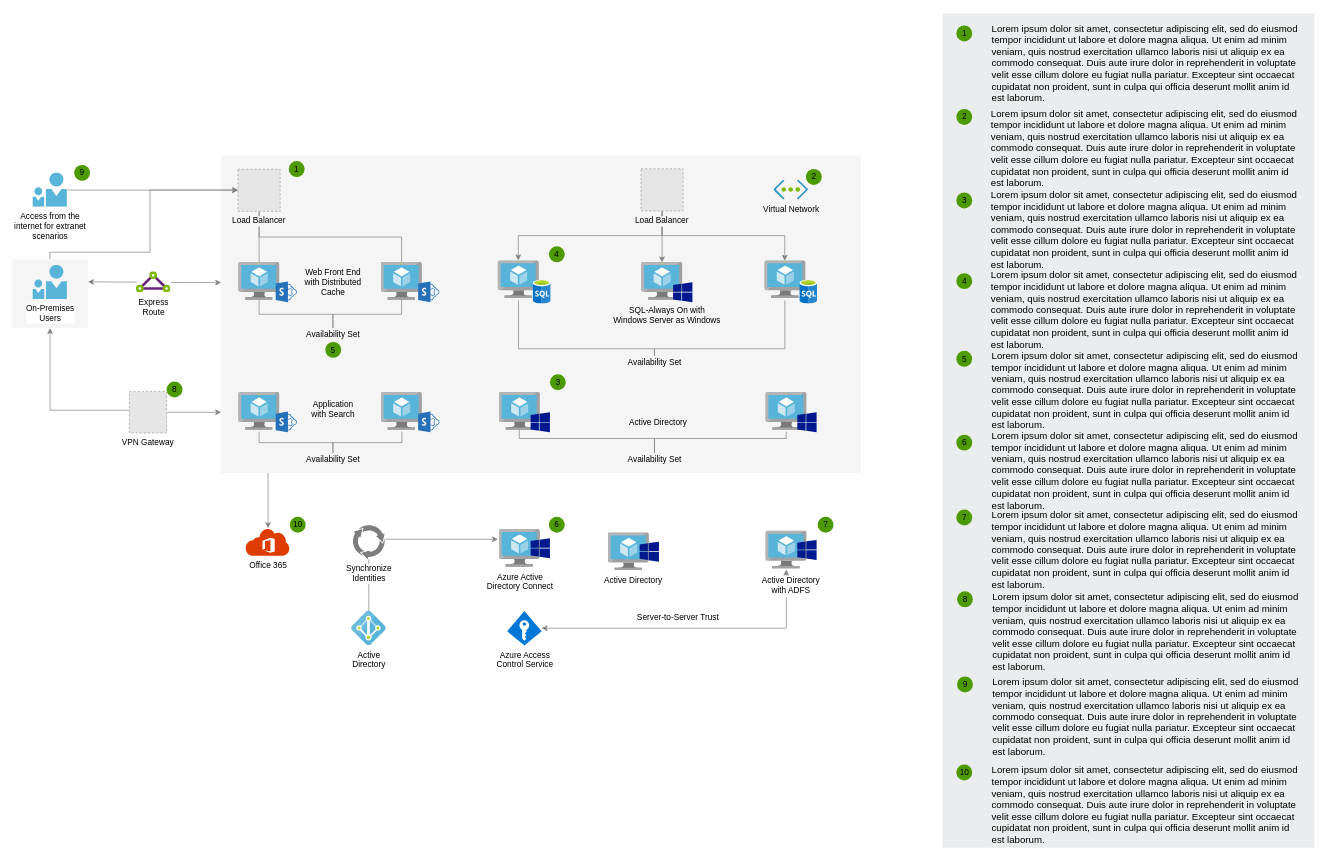
Sasquatch8946/azure-resume-flask keeps this draw.io diagram as Untitled Diagram.drawio. Above is the earlier version. Source tidied: cells renumbered, new cells numbered last; positions are measured from the earlier drawing's top-left corner, leaving out a move shared by most shapes. Both pictures are drawn from the tidied source at 69%, with x=0, y=0 at pixel (12, 13). Pictures stored in the file or linked from it are replaced by grey dashed boxes.
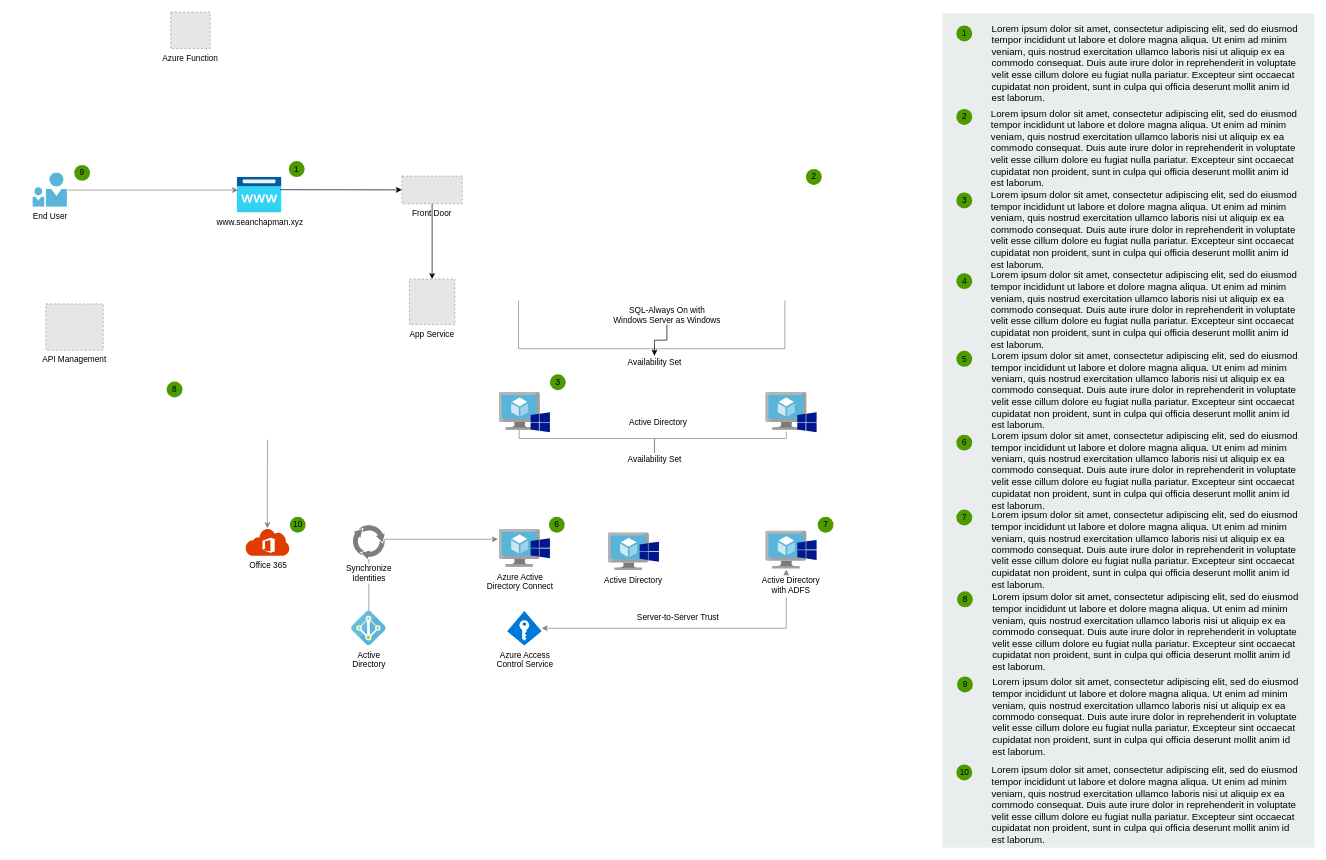
The same page after the edit.

The change refers to these unchanged cells:
```xml
<mxCell id="34" value="Office 365" style="shadow=0;dashed=0;html=1;strokeColor=none;labelPosition=center;verticalLabelPosition=bottom;verticalAlign=top;align=center;shape=mxgraph.mscae.cloud.cloud_office_365;fillColor=#DF3C01;labelBackgroundColor=#ffffff;" parent="1" vertex="1">
  <mxGeometry x="338.5" y="746" width="64" height="40" as="geometry" />
</mxCell>
<mxCell id="78" value="SQL-Always On with&lt;br&gt;Windows Server as Windows" style="text;html=1;points=[];align=center;verticalAlign=top;spacingTop=-4;" parent="1" vertex="1">
  <mxGeometry x="864" y="421" width="170" height="30" as="geometry" />
</mxCell>
<mxCell id="79" value="Availability Set" style="text;html=1;points=[];align=center;verticalAlign=top;spacingTop=-4;" parent="1" vertex="1">
  <mxGeometry x="886" y="496" width="90" height="20" as="geometry" />
</mxCell>
```

What changed in the source:
```diff
@@
-    <mxCell id="2" style="rounded=0;whiteSpace=wrap;html=1;labelBackgroundColor=#ffffff;fillColor=#f5f5f5;strokeColor=none;fontColor=#333333;" parent="1" vertex="1">
-      <mxGeometry y="356" width="110" height="100" as="geometry" />
-    </mxCell>
-    <mxCell id="3" style="rounded=0;whiteSpace=wrap;html=1;labelBackgroundColor=#ffffff;fillColor=#f5f5f5;strokeColor=none;fontColor=#333333;" parent="1" vertex="1">
-      <mxGeometry x="303" y="206" width="927" height="460" as="geometry" />
-    </mxCell>
-    <mxCell id="4" style="edgeStyle=elbowEdgeStyle;rounded=0;jettySize=auto;html=1;strokeColor=#808080;" parent="1" edge="1" source="3" target="34">
-      <mxGeometry relative="1" as="geometry" />
+    <mxCell id="4" style="edgeStyle=elbowEdgeStyle;rounded=0;jettySize=auto;html=1;strokeColor=#808080;" parent="1" edge="1" target="34">
+      <mxGeometry relative="1" as="geometry">
+        <mxPoint x="370.1" y="618" as="sourcePoint" />
+      </mxGeometry>
     </mxCell>
-    <mxCell id="5" style="edgeStyle=elbowEdgeStyle;rounded=0;jettySize=auto;elbow=vertical;html=1;strokeColor=#808080;exitX=1.02;exitY=0.505;exitDx=0;exitDy=0;exitPerimeter=0;" parent="1" edge="1" source="27" target="31">
-      <mxGeometry relative="1" as="geometry" />
+    <mxCell id="5" style="edgeStyle=elbowEdgeStyle;rounded=0;jettySize=auto;elbow=vertical;html=1;strokeColor=#808080;exitX=1.02;exitY=0.505;exitDx=0;exitDy=0;exitPerimeter=0;" parent="1" edge="1" source="27">
+      <mxGeometry relative="1" as="geometry">
+        <mxPoint x="327.5" y="256" as="targetPoint" />
+      </mxGeometry>
     </mxCell>
-    <mxCell id="6" style="edgeStyle=orthogonalEdgeStyle;rounded=0;jettySize=auto;elbow=vertical;html=1;strokeColor=#808080;" parent="1" edge="1" target="31">
-      <mxGeometry relative="1" as="geometry">
-        <mxPoint x="55" y="356" as="sourcePoint" />
-        <Array as="points">
-          <mxPoint x="55" y="346" />
-          <mxPoint x="200" y="346" />
-          <mxPoint x="200" y="256" />
-        </Array>
-      </mxGeometry>
-    </mxCell>
-    <mxCell id="7" style="edgeStyle=elbowEdgeStyle;rounded=0;jettySize=auto;elbow=vertical;html=1;strokeColor=#808080;exitX=0.007;exitY=0.495;exitDx=0;exitDy=0;exitPerimeter=0;" parent="1" edge="1" source="29" target="2">
-      <mxGeometry relative="1" as="geometry" />
-    </mxCell>
-    <mxCell id="8" style="edgeStyle=elbowEdgeStyle;rounded=0;jettySize=auto;elbow=vertical;html=1;strokeColor=#808080;exitX=1.007;exitY=0.516;exitDx=0;exitDy=0;exitPerimeter=0;" parent="1" edge="1" source="29" target="3">
-      <mxGeometry relative="1" as="geometry" />
-    </mxCell>
-    <mxCell id="9" style="edgeStyle=elbowEdgeStyle;rounded=0;jettySize=auto;elbow=vertical;html=1;strokeColor=#808080;" parent="1" edge="1" source="30" target="2">
-      <mxGeometry relative="1" as="geometry">
-        <Array as="points">
-          <mxPoint x="120" y="575" />
-        </Array>
-      </mxGeometry>
-    </mxCell>
-    <mxCell id="10" style="edgeStyle=elbowEdgeStyle;rounded=0;jettySize=auto;elbow=vertical;html=1;strokeColor=#808080;" parent="1" edge="1" source="30" target="3">
-      <mxGeometry relative="1" as="geometry" />
-    </mxCell>
-    <mxCell id="11" style="edgeStyle=elbowEdgeStyle;rounded=0;jettySize=auto;elbow=vertical;html=1;strokeColor=#808080;" parent="1" edge="1" source="31" target="72">
-      <mxGeometry relative="1" as="geometry" />
-    </mxCell>
-    <mxCell id="12" style="edgeStyle=elbowEdgeStyle;rounded=0;jettySize=auto;elbow=vertical;html=1;strokeColor=#808080;" parent="1" edge="1" source="31" target="48">
-      <mxGeometry relative="1" as="geometry" />
-    </mxCell>
-    <mxCell id="13" style="edgeStyle=elbowEdgeStyle;rounded=0;jettySize=auto;html=1;strokeColor=#808080;entryX=0.504;entryY=0.005;entryDx=0;entryDy=0;entryPerimeter=0;" parent="1" edge="1" source="32" target="42">
-      <mxGeometry relative="1" as="geometry" />
+    <mxCell id="13" style="edgeStyle=elbowEdgeStyle;rounded=0;orthogonalLoop=1;jettySize=auto;html=1;strokeColor=#808080;entryX=0.504;entryY=0.005;entryDx=0;entryDy=0;entryPerimeter=0;" parent="1" edge="1">
+      <mxGeometry relative="1" as="geometry">
+        <mxPoint x="942.2" y="360.8" as="targetPoint" />
+      </mxGeometry>
     </mxCell>
-    <mxCell id="14" style="edgeStyle=elbowEdgeStyle;rounded=0;jettySize=auto;elbow=vertical;html=1;strokeColor=#808080;entryX=0.494;entryY=-0.002;entryDx=0;entryDy=0;entryPerimeter=0;" parent="1" edge="1" source="32" target="39">
-      <mxGeometry relative="1" as="geometry">
-        <Array as="points">
-          <mxPoint x="820" y="322" />
-        </Array>
-      </mxGeometry>
-    </mxCell>
-    <mxCell id="15" style="edgeStyle=elbowEdgeStyle;rounded=0;jettySize=auto;elbow=vertical;html=1;strokeColor=#808080;entryX=0.489;entryY=0.007;entryDx=0;entryDy=0;entryPerimeter=0;" parent="1" edge="1" source="32" target="45">
+    <mxCell id="15" style="edgeStyle=elbowEdgeStyle;rounded=0;orthogonalLoop=1;jettySize=auto;elbow=vertical;html=1;strokeColor=#808080;entryX=0.489;entryY=0.007;entryDx=0;entryDy=0;entryPerimeter=0;" parent="1" edge="1">
       <mxGeometry relative="1" as="geometry">
+        <mxPoint x="942" y="286.3" as="sourcePoint" />
         <Array as="points">
           <mxPoint x="1030" y="322" />
         </Array>
       </mxGeometry>
     </mxCell>
@@
-    <mxCell id="19" style="edgeStyle=elbowEdgeStyle;rounded=0;jettySize=auto;elbow=vertical;html=1;strokeColor=#808080;endArrow=none;endFill=0;" parent="1" edge="1" source="72" target="87">
-      <mxGeometry relative="1" as="geometry" />
-    </mxCell>
-    <mxCell id="20" style="edgeStyle=elbowEdgeStyle;rounded=0;jettySize=auto;elbow=vertical;html=1;strokeColor=#808080;endArrow=none;endFill=0;" parent="1" edge="1" source="48" target="87">
-      <mxGeometry relative="1" as="geometry" />
-    </mxCell>
@@
-    <mxCell id="25" style="edgeStyle=elbowEdgeStyle;rounded=0;jettySize=auto;elbow=vertical;html=1;strokeColor=#808080;endArrow=none;endFill=0;" parent="1" edge="1" target="77">
-      <mxGeometry relative="1" as="geometry">
-        <mxPoint x="358" y="606" as="sourcePoint" />
-      </mxGeometry>
-    </mxCell>
-    <mxCell id="26" style="edgeStyle=elbowEdgeStyle;rounded=0;jettySize=auto;elbow=vertical;html=1;strokeColor=#808080;endArrow=none;endFill=0;" parent="1" edge="1" target="77">
-      <mxGeometry relative="1" as="geometry">
-        <mxPoint x="565" y="606" as="sourcePoint" />
-      </mxGeometry>
-    </mxCell>
-    <mxCell id="27" value="Access from the&lt;br&gt;internet for extranet&lt;br&gt;scenarios" style="html=1;perimeter=none;align=center;shadow=0;dashed=0;image;fontSize=12;image=img/lib/mscae/PersonWithFriend.svg;labelBackgroundColor=#ffffff;fillColor=#4D9900;" parent="1" vertex="1">
+    <mxCell id="27" value="&lt;div&gt;End User&lt;/div&gt;" style="html=1;perimeter=none;align=center;shadow=0;dashed=0;image;fontSize=12;image=img/lib/mscae/PersonWithFriend.svg;labelBackgroundColor=#ffffff;fillColor=#4D9900;" parent="1" vertex="1">
       <mxGeometry x="30" y="231" width="50" height="49.5" as="geometry" />
     </mxCell>
-    <mxCell id="28" value="On-Premises&lt;br&gt;Users" style="html=1;perimeter=none;align=center;shadow=0;dashed=0;image;fontSize=12;image=img/lib/mscae/PersonWithFriend.svg;labelBackgroundColor=#ffffff;fillColor=#4D9900;" parent="1" vertex="1">
-      <mxGeometry x="30" y="364.7" width="50" height="49.5" as="geometry" />
-    </mxCell>
-    <mxCell id="29" value="Express&lt;br&gt;Route" style="html=1;perimeter=none;align=center;shadow=0;dashed=0;image;fontSize=12;image=img/lib/mscae/Express_Route.svg;labelBackgroundColor=#ffffff;fillColor=#4D9900;" parent="1" vertex="1">
-      <mxGeometry x="180" y="374.2" width="50" height="30.5" as="geometry" />
-    </mxCell>
-    <mxCell id="30" value="VPN Gateway" style="fillColor=#E6E6E6;strokeColor=#999999;dashed=1;verticalLabelPosition=bottom;labelBackgroundColor=#ffffff;verticalAlign=top;" parent="1" vertex="1">
-      <mxGeometry x="170" y="548" width="54" height="60" as="geometry" />
-    </mxCell>
-    <mxCell id="31" value="Load Balancer" style="fillColor=#E6E6E6;strokeColor=#999999;dashed=1;verticalLabelPosition=bottom;labelBackgroundColor=#F5F5F5;verticalAlign=top;" parent="1" vertex="1">
-      <mxGeometry x="327.5" y="225.8" width="61" height="61" as="geometry" />
-    </mxCell>
-    <mxCell id="32" value="Load Balancer" style="fillColor=#E6E6E6;strokeColor=#999999;dashed=1;verticalLabelPosition=bottom;labelBackgroundColor=#F5F5F5;verticalAlign=top;" parent="1" vertex="1">
-      <mxGeometry x="911.5" y="225.2" width="61" height="61" as="geometry" />
-    </mxCell>
-    <mxCell id="33" value="Virtual Network" style="html=1;perimeter=none;align=center;shadow=0;dashed=0;image;fontSize=12;image=img/lib/mscae/Virtual_Network.svg;labelBackgroundColor=none;fillColor=#4D9900;" parent="1" vertex="1">
-      <mxGeometry x="1104" y="241.5" width="50" height="28.5" as="geometry" />
-    </mxCell>
@@
-    <mxCell id="38" style="group;" parent="1" vertex="1">
-      <mxGeometry x="704" y="358" width="77" height="63" as="geometry" />
-    </mxCell>
-    <mxCell id="39" style="html=1;perimeter=none;align=center;shadow=0;dashed=0;image;fontSize=12;image=img/lib/mscae/Virtual_Machine.svg;labelBackgroundColor=#ffffff;fillColor=#4D9900;" parent="38" vertex="1">
-      <mxGeometry width="60" height="55" as="geometry" />
-    </mxCell>
-    <mxCell id="40" style="html=1;perimeter=none;align=center;shadow=0;dashed=0;image;fontSize=12;image=img/lib/mscae/SQL_Database_generic.svg;labelBackgroundColor=#ffffff;fillColor=#4D9900;" parent="38" vertex="1">
-      <mxGeometry x="51" y="28" width="26" height="35" as="geometry" />
-    </mxCell>
-    <mxCell id="41" style="group;" parent="1" vertex="1">
-      <mxGeometry x="912" y="360.5" width="74" height="58" as="geometry" />
-    </mxCell>
-    <mxCell id="42" style="html=1;perimeter=none;align=center;shadow=0;dashed=0;image;fontSize=12;image=img/lib/mscae/Virtual_Machine.svg;labelBackgroundColor=#ffffff;fillColor=#4D9900;" parent="41" vertex="1">
-      <mxGeometry width="60" height="55" as="geometry" />
-    </mxCell>
-    <mxCell id="43" style="shadow=0;dashed=0;strokeColor=none;html=1;labelPosition=center;verticalLabelPosition=bottom;verticalAlign=top;align=center;shape=mxgraph.mscae.other.windows;fillColor=#00188D;labelBackgroundColor=#ffffff;" parent="41" vertex="1">
-      <mxGeometry x="46" y="29" width="28" height="29" as="geometry" />
-    </mxCell>
-    <mxCell id="44" style="group;" parent="1" vertex="1">
-      <mxGeometry x="1090.5" y="358" width="77" height="63" as="geometry" />
-    </mxCell>
-    <mxCell id="45" style="html=1;perimeter=none;align=center;shadow=0;dashed=0;image;fontSize=12;image=img/lib/mscae/Virtual_Machine.svg;labelBackgroundColor=#ffffff;fillColor=#4D9900;" parent="44" vertex="1">
-      <mxGeometry width="60" height="55" as="geometry" />
-    </mxCell>
-    <mxCell id="46" style="html=1;perimeter=none;align=center;shadow=0;dashed=0;image;fontSize=12;image=img/lib/mscae/SQL_Database_generic.svg;labelBackgroundColor=#ffffff;fillColor=#4D9900;" parent="44" vertex="1">
-      <mxGeometry x="51" y="28" width="26" height="35" as="geometry" />
-    </mxCell>
-    <mxCell id="47" style="group;" parent="1" vertex="1">
-      <mxGeometry x="534.5" y="360.5" width="85" height="58" as="geometry" />
-    </mxCell>
-    <mxCell id="48" style="html=1;perimeter=none;align=center;shadow=0;dashed=0;image;fontSize=12;image=img/lib/mscae/Virtual_Machine.svg;labelBackgroundColor=#ffffff;fillColor=#4D9900;" parent="47" vertex="1">
-      <mxGeometry width="60" height="55" as="geometry" />
-    </mxCell>
-    <mxCell id="49" style="shadow=0;dashed=0;strokeColor=none;html=1;labelPosition=center;verticalLabelPosition=bottom;verticalAlign=top;align=center;shape=mxgraph.mscae.other.sharepoint;fillColor=#2471BA;labelBackgroundColor=#ffffff;" parent="47" vertex="1">
-      <mxGeometry x="54" y="28" width="31" height="30" as="geometry" />
-    </mxCell>
-    <mxCell id="50" style="group;" parent="1" vertex="1">
-      <mxGeometry x="328" y="549" width="85" height="58" as="geometry" />
-    </mxCell>
-    <mxCell id="51" style="html=1;perimeter=none;align=center;shadow=0;dashed=0;image;fontSize=12;image=img/lib/mscae/Virtual_Machine.svg;labelBackgroundColor=#ffffff;fillColor=#4D9900;" parent="50" vertex="1">
-      <mxGeometry width="60" height="55" as="geometry" />
-    </mxCell>
-    <mxCell id="52" style="shadow=0;dashed=0;strokeColor=none;html=1;labelPosition=center;verticalLabelPosition=bottom;verticalAlign=top;align=center;shape=mxgraph.mscae.other.sharepoint;fillColor=#2471BA;labelBackgroundColor=#ffffff;" parent="50" vertex="1">
-      <mxGeometry x="54" y="28" width="31" height="30" as="geometry" />
-    </mxCell>
-    <mxCell id="53" style="group;" parent="1" vertex="1">
-      <mxGeometry x="534.5" y="549" width="85" height="58" as="geometry" />
-    </mxCell>
-    <mxCell id="54" style="html=1;perimeter=none;align=center;shadow=0;dashed=0;image;fontSize=12;image=img/lib/mscae/Virtual_Machine.svg;labelBackgroundColor=#ffffff;fillColor=#4D9900;" parent="53" vertex="1">
-      <mxGeometry width="60" height="55" as="geometry" />
-    </mxCell>
-    <mxCell id="55" style="shadow=0;dashed=0;strokeColor=none;html=1;labelPosition=center;verticalLabelPosition=bottom;verticalAlign=top;align=center;shape=mxgraph.mscae.other.sharepoint;fillColor=#2471BA;labelBackgroundColor=#ffffff;" parent="53" vertex="1">
-      <mxGeometry x="54" y="28" width="31" height="30" as="geometry" />
-    </mxCell>
@@
-    <mxCell id="71" style="group;" parent="1" vertex="1">
-      <mxGeometry x="328" y="360.5" width="85" height="58" as="geometry" />
-    </mxCell>
-    <mxCell id="72" style="html=1;perimeter=none;align=center;shadow=0;dashed=0;image;fontSize=12;image=img/lib/mscae/Virtual_Machine.svg;labelBackgroundColor=#ffffff;fillColor=#4D9900;" parent="71" vertex="1">
-      <mxGeometry width="60" height="55" as="geometry" />
-    </mxCell>
-    <mxCell id="73" style="shadow=0;dashed=0;strokeColor=none;html=1;labelPosition=center;verticalLabelPosition=bottom;verticalAlign=top;align=center;shape=mxgraph.mscae.other.sharepoint;fillColor=#2471BA;labelBackgroundColor=#ffffff;" parent="71" vertex="1">
-      <mxGeometry x="54" y="28" width="31" height="30" as="geometry" />
-    </mxCell>
-    <mxCell id="74" style="edgeStyle=elbowEdgeStyle;rounded=0;orthogonalLoop=1;jettySize=auto;elbow=vertical;html=1;exitX=0.25;exitY=0;exitDx=0;exitDy=0;strokeColor=#808080;" parent="71" edge="1" source="72" target="72">
-      <mxGeometry relative="1" as="geometry" />
-    </mxCell>
-    <mxCell id="75" value="Web Front End&lt;br&gt;with Distributed&lt;br&gt;Cache" style="text;html=1;align=center;verticalAlign=top;spacingTop=-4;" parent="1" vertex="1">
-      <mxGeometry x="415" y="366" width="100" height="40" as="geometry" />
-    </mxCell>
-    <mxCell id="76" value="Application&lt;br&gt;with Search" style="text;html=1;align=center;verticalAlign=top;spacingTop=-4;" parent="1" vertex="1">
-      <mxGeometry x="425" y="557" width="80" height="30" as="geometry" />
-    </mxCell>
-    <mxCell id="77" value="Availability Set" style="text;html=1;points=[];align=center;verticalAlign=top;spacingTop=-4;" parent="1" vertex="1">
-      <mxGeometry x="420" y="637" width="90" height="20" as="geometry" />
-    </mxCell>
+    <mxCell id="115" style="edgeStyle=orthogonalEdgeStyle;rounded=0;jettySize=auto;html=1;" parent="1" edge="1" source="78" target="79">
+      <mxGeometry relative="1" as="geometry" />
+    </mxCell>
@@
-    <mxCell id="86" value="5" style="ellipse;whiteSpace=wrap;html=1;fillColor=#4D9900;strokeColor=none;labelBackgroundColor=none;" parent="1" vertex="1">
-      <mxGeometry x="454" y="476" width="23" height="23" as="geometry" />
-    </mxCell>
-    <mxCell id="87" value="Availability Set" style="text;html=1;points=[];align=center;verticalAlign=top;spacingTop=-4;" parent="1" vertex="1">
-      <mxGeometry x="420" y="456" width="90" height="20" as="geometry" />
-    </mxCell>
@@
-    <mxCell id="92" value="4" style="ellipse;whiteSpace=wrap;html=1;fillColor=#4D9900;strokeColor=none;labelBackgroundColor=none;" parent="1" vertex="1">
-      <mxGeometry x="778" y="337.5" width="23" height="23" as="geometry" />
-    </mxCell>
@@
+    <mxCell id="116" value="Azure Function" style="fillColor=#E6E6E6;strokeColor=#999999;dashed=1;verticalLabelPosition=bottom;labelBackgroundColor=#ffffff;verticalAlign=top;" parent="1" vertex="1">
+      <mxGeometry x="230" y="-2" width="57" height="53" as="geometry" />
+    </mxCell>
+    <mxCell id="117" value="Front Door" style="fillColor=#E6E6E6;strokeColor=#999999;dashed=1;verticalLabelPosition=bottom;labelBackgroundColor=#ffffff;verticalAlign=top;" parent="1" vertex="1">
+      <mxGeometry x="565" y="235.7" width="87.5" height="40.1" as="geometry" />
+    </mxCell>
+    <mxCell id="118" value="API Management" style="fillColor=#E6E6E6;strokeColor=#999999;dashed=1;verticalLabelPosition=bottom;labelBackgroundColor=#ffffff;verticalAlign=top;" parent="1" vertex="1">
+      <mxGeometry x="49" y="421" width="83.1" height="67" as="geometry" />
+    </mxCell>
+    <mxCell id="119" value="App Service" style="fillColor=#E6E6E6;strokeColor=#999999;dashed=1;verticalLabelPosition=bottom;labelBackgroundColor=#ffffff;verticalAlign=top;" parent="1" vertex="1">
+      <mxGeometry x="575.8" y="385" width="66" height="66" as="geometry" />
+    </mxCell>
+    <mxCell id="120" value="www.seanchapman.xyz" style="image;html=1;points=[];align=center;fontSize=12;image=img/lib/azure2/app_services/App_Service_Domains.svg;" parent="1" vertex="1">
+      <mxGeometry x="326" y="237" width="65" height="52" as="geometry" />
+    </mxCell>
+    <mxCell id="121" style="endArrow=classic;html=1;rounded=0;exitX=0.962;exitY=0.354;exitDx=0;exitDy=0;exitPerimeter=0;" parent="1" edge="1" source="120" target="117">
+      <mxGeometry relative="1" as="geometry" />
+    </mxCell>
+    <mxCell id="122" style="endArrow=classic;html=1;rounded=0;exitX=0.5;exitY=1;exitDx=0;exitDy=0;" parent="1" edge="1" source="117" target="119">
+      <mxGeometry relative="1" as="geometry" />
+    </mxCell>
```
